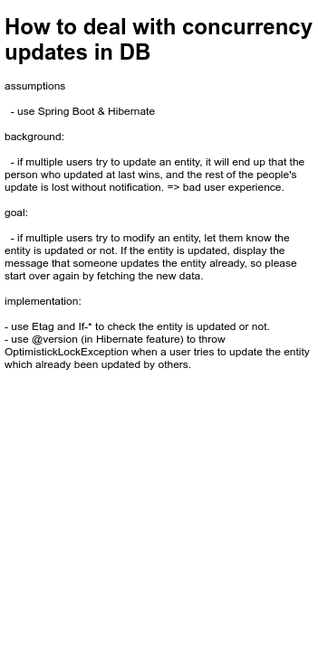
stsiwo/e-commerce-starter-kits keeps this draw.io diagram as optimistic-locking-with-rest-api.png. Above is the earlier version. Source tidied: cells renumbered, new cells last; positions are measured from the earlier drawing's top-left corner, leaving out a move shared by most shapes. The source it was exported from:
```xml
<mxGraphModel>
  <root>
    <mxCell id="0" />
    <mxCell id="1" parent="0" />
    <mxCell id="2" value="&lt;h1&gt;How to deal with concurrency updates in DB&lt;/h1&gt;&lt;div&gt;assumptions&lt;/div&gt;&lt;div&gt;&lt;br&gt;&lt;/div&gt;&lt;div&gt;&amp;nbsp; - use Spring Boot &amp;amp; Hibernate&amp;nbsp;&lt;/div&gt;&lt;div&gt;&lt;br&gt;&lt;/div&gt;&lt;div&gt;background:&lt;/div&gt;&lt;div&gt;&lt;br&gt;&lt;/div&gt;&lt;div&gt;&amp;nbsp; - if multiple users try to update an entity, it will end up that the person who updated at last wins, and the rest of the people's update is lost without notification. =&amp;gt; bad user experience.&lt;/div&gt;&lt;div&gt;&lt;br&gt;&lt;/div&gt;&lt;div&gt;goal:&lt;/div&gt;&lt;div&gt;&lt;br&gt;&lt;/div&gt;&lt;div&gt;&amp;nbsp; - if multiple users try to modify an entity, let them know the entity is updated or not. If the entity is updated, display the message that someone updates the entity already, so please start over again by fetching the new data.&lt;/div&gt;&lt;div&gt;&lt;br&gt;&lt;/div&gt;&lt;div&gt;implementation:&amp;nbsp;&lt;/div&gt;&lt;div&gt;&lt;br&gt;&lt;/div&gt;&lt;div&gt;- use Etag and If-* to check the entity is updated or not.&lt;/div&gt;&lt;div&gt;- use @version (in Hibernate feature) to throw OptimistickLockException when a user tries to update the entity which already been updated by others.&lt;/div&gt;&lt;div&gt;&lt;br&gt;&lt;/div&gt;" style="text;html=1;strokeColor=none;fillColor=none;spacing=5;spacingTop=-20;whiteSpace=wrap;overflow=hidden;rounded=0;" parent="1" vertex="1">
      <mxGeometry width="350" height="720" as="geometry" />
    </mxCell>
  </root>
</mxGraphModel>
```
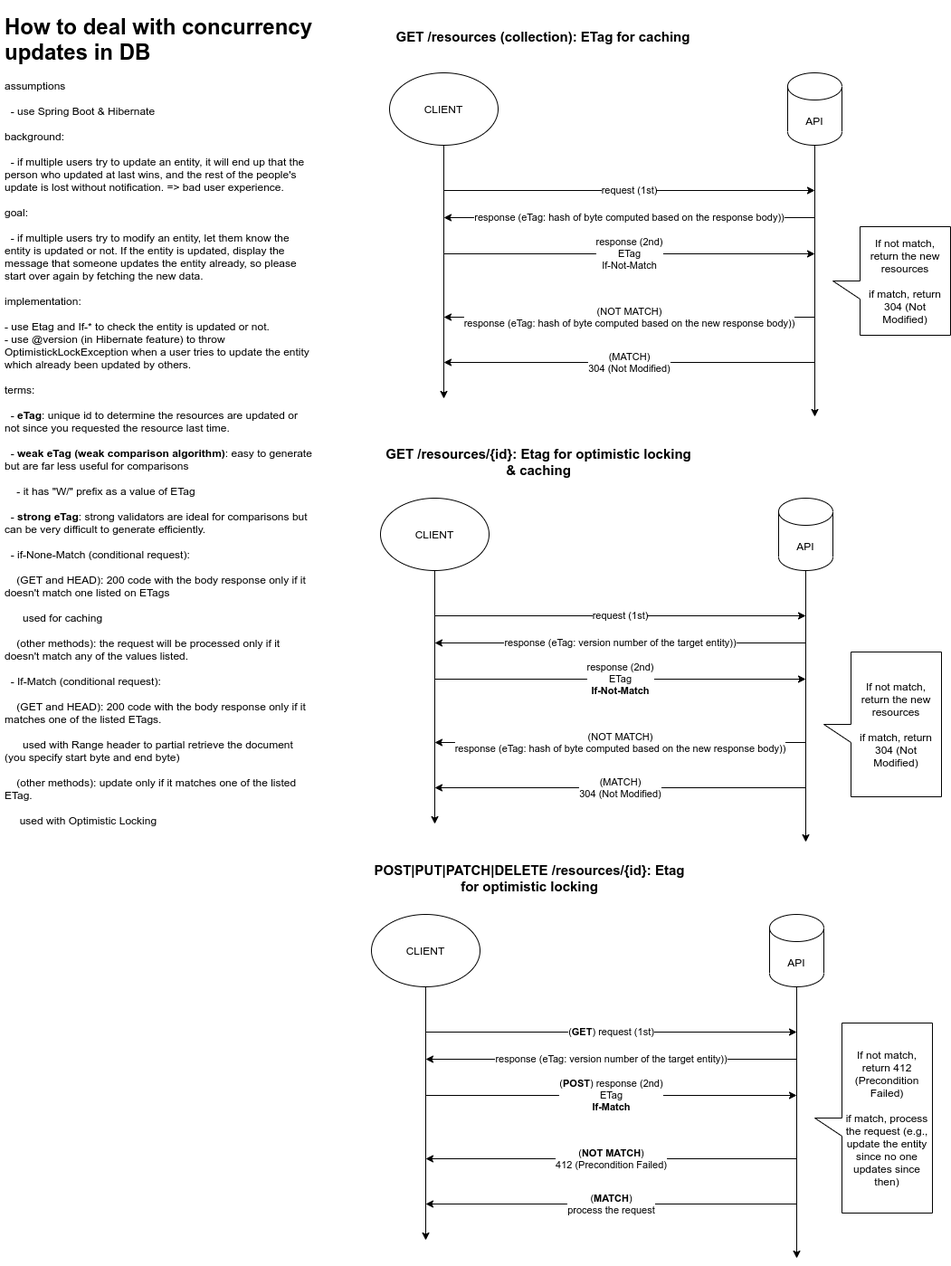
The same file after the commit.

The edit, as a diff of the source:
```diff
@@ -2,8 +2,164 @@
   <root>
     <mxCell id="0" />
     <mxCell id="1" parent="0" />
-    <mxCell id="2" value="&lt;h1&gt;How to deal with concurrency updates in DB&lt;/h1&gt;&lt;div&gt;assumptions&lt;/div&gt;&lt;div&gt;&lt;br&gt;&lt;/div&gt;&lt;div&gt;&amp;nbsp; - use Spring Boot &amp;amp; Hibernate&amp;nbsp;&lt;/div&gt;&lt;div&gt;&lt;br&gt;&lt;/div&gt;&lt;div&gt;background:&lt;/div&gt;&lt;div&gt;&lt;br&gt;&lt;/div&gt;&lt;div&gt;&amp;nbsp; - if multiple users try to update an entity, it will end up that the person who updated at last wins, and the rest of the people's update is lost without notification. =&amp;gt; bad user experience.&lt;/div&gt;&lt;div&gt;&lt;br&gt;&lt;/div&gt;&lt;div&gt;goal:&lt;/div&gt;&lt;div&gt;&lt;br&gt;&lt;/div&gt;&lt;div&gt;&amp;nbsp; - if multiple users try to modify an entity, let them know the entity is updated or not. If the entity is updated, display the message that someone updates the entity already, so please start over again by fetching the new data.&lt;/div&gt;&lt;div&gt;&lt;br&gt;&lt;/div&gt;&lt;div&gt;implementation:&amp;nbsp;&lt;/div&gt;&lt;div&gt;&lt;br&gt;&lt;/div&gt;&lt;div&gt;- use Etag and If-* to check the entity is updated or not.&lt;/div&gt;&lt;div&gt;- use @version (in Hibernate feature) to throw OptimistickLockException when a user tries to update the entity which already been updated by others.&lt;/div&gt;&lt;div&gt;&lt;br&gt;&lt;/div&gt;" style="text;html=1;strokeColor=none;fillColor=none;spacing=5;spacingTop=-20;whiteSpace=wrap;overflow=hidden;rounded=0;" parent="1" vertex="1">
-      <mxGeometry width="350" height="720" as="geometry" />
+    <mxCell id="2" value="&lt;h1&gt;How to deal with concurrency updates in DB&lt;/h1&gt;&lt;div&gt;assumptions&lt;/div&gt;&lt;div&gt;&lt;br&gt;&lt;/div&gt;&lt;div&gt;&amp;nbsp; - use Spring Boot &amp;amp; Hibernate&amp;nbsp;&lt;/div&gt;&lt;div&gt;&lt;br&gt;&lt;/div&gt;&lt;div&gt;background:&lt;/div&gt;&lt;div&gt;&lt;br&gt;&lt;/div&gt;&lt;div&gt;&amp;nbsp; - if multiple users try to update an entity, it will end up that the person who updated at last wins, and the rest of the people's update is lost without notification. =&amp;gt; bad user experience.&lt;/div&gt;&lt;div&gt;&lt;br&gt;&lt;/div&gt;&lt;div&gt;goal:&lt;/div&gt;&lt;div&gt;&lt;br&gt;&lt;/div&gt;&lt;div&gt;&amp;nbsp; - if multiple users try to modify an entity, let them know the entity is updated or not. If the entity is updated, display the message that someone updates the entity already, so please start over again by fetching the new data.&lt;/div&gt;&lt;div&gt;&lt;br&gt;&lt;/div&gt;&lt;div&gt;implementation:&amp;nbsp;&lt;/div&gt;&lt;div&gt;&lt;br&gt;&lt;/div&gt;&lt;div&gt;- use Etag and If-* to check the entity is updated or not.&lt;/div&gt;&lt;div&gt;- use @version (in Hibernate feature) to throw OptimistickLockException when a user tries to update the entity which already been updated by others.&lt;/div&gt;&lt;div&gt;&lt;br&gt;&lt;/div&gt;&lt;div&gt;terms:&lt;/div&gt;&lt;div&gt;&lt;br&gt;&lt;/div&gt;&lt;div&gt;&amp;nbsp; - &lt;b&gt;eTag&lt;/b&gt;: unique id to determine the resources are updated or not since you requested the resource last time.&lt;/div&gt;&lt;div&gt;&lt;br&gt;&lt;/div&gt;&lt;div&gt;&amp;nbsp; - &lt;b&gt;weak eTag (weak comparison algorithm)&lt;/b&gt;: easy to generate but are far less useful for comparisons&lt;/div&gt;&lt;div&gt;&lt;br&gt;&lt;/div&gt;&lt;div&gt;&amp;nbsp; &amp;nbsp; - it has &quot;W/&quot; prefix as a value of ETag&lt;/div&gt;&lt;div&gt;&lt;br&gt;&lt;/div&gt;&lt;div&gt;&amp;nbsp; - &lt;b&gt;strong eTag&lt;/b&gt;: strong validators are ideal for comparisons but can be very difficult to generate efficiently.&amp;nbsp;&lt;/div&gt;&lt;div&gt;&lt;br&gt;&lt;/div&gt;&lt;div&gt;&amp;nbsp; - if-None-Match (conditional request):&amp;nbsp;&lt;/div&gt;&lt;div&gt;&lt;br&gt;&lt;/div&gt;&lt;div&gt;&amp;nbsp; &amp;nbsp; (GET and HEAD): 200 code with the body response only if it doesn't match one listed on ETags&lt;/div&gt;&lt;div&gt;&lt;br&gt;&lt;/div&gt;&lt;div&gt;&amp;nbsp; &amp;nbsp; &amp;nbsp; used for caching&lt;/div&gt;&lt;div&gt;&lt;br&gt;&lt;/div&gt;&lt;div&gt;&amp;nbsp; &amp;nbsp; (other methods): the request will be processed only if it doesn't match any of the values listed.&lt;/div&gt;&lt;div&gt;&lt;br&gt;&lt;/div&gt;&lt;div&gt;&amp;nbsp; - If-Match (conditional request):&lt;/div&gt;&lt;div&gt;&lt;br&gt;&lt;/div&gt;&lt;div&gt;&amp;nbsp; &amp;nbsp; (GET and HEAD): 200 code with the body response only if it matches one of the listed ETags.&lt;/div&gt;&lt;div&gt;&amp;nbsp;&lt;/div&gt;&lt;div&gt;&amp;nbsp; &amp;nbsp; &amp;nbsp; used with Range header to partial retrieve the document (you specify start byte and end byte)&lt;/div&gt;&lt;div&gt;&lt;br&gt;&lt;/div&gt;&lt;div&gt;&amp;nbsp; &amp;nbsp; (other methods): update only if it matches one of the listed ETag.&lt;/div&gt;&lt;div&gt;&lt;br&gt;&lt;/div&gt;&lt;div&gt;&amp;nbsp; &amp;nbsp; &amp;nbsp;used with Optimistic Locking&lt;/div&gt;" style="text;html=1;strokeColor=none;fillColor=none;spacing=5;spacingTop=-20;whiteSpace=wrap;overflow=hidden;rounded=0;" parent="1" vertex="1">
+      <mxGeometry width="350" height="1010" as="geometry" />
     </mxCell>
+    <mxCell id="3" style="edgeStyle=none;rounded=0;jettySize=auto;html=1;" parent="1" edge="1" source="4">
+      <mxGeometry relative="1" as="geometry">
+        <mxPoint x="490" y="430" as="targetPoint" />
+      </mxGeometry>
+    </mxCell>
+    <mxCell id="4" value="CLIENT" style="ellipse;whiteSpace=wrap;html=1;" parent="1" vertex="1">
+      <mxGeometry x="430" y="70" width="120" height="80" as="geometry" />
+    </mxCell>
+    <mxCell id="5" style="edgeStyle=none;rounded=0;jettySize=auto;html=1;" parent="1" edge="1" source="6">
+      <mxGeometry relative="1" as="geometry">
+        <mxPoint x="900" y="450" as="targetPoint" />
+      </mxGeometry>
+    </mxCell>
+    <mxCell id="6" value="API" style="shape=cylinder3;whiteSpace=wrap;html=1;boundedLbl=1;backgroundOutline=1;size=15;" parent="1" vertex="1">
+      <mxGeometry x="870" y="70" width="60" height="80" as="geometry" />
+    </mxCell>
+    <mxCell id="7" value="&lt;b&gt;&lt;font style=&quot;font-size: 15px&quot;&gt;GET /resources (collection): ETag for caching&lt;/font&gt;&lt;/b&gt;" style="text;html=1;strokeColor=none;fillColor=none;align=center;verticalAlign=middle;whiteSpace=wrap;rounded=0;strokeWidth=1;" parent="1" vertex="1">
+      <mxGeometry x="430" y="20" width="340" height="20" as="geometry" />
+    </mxCell>
+    <mxCell id="8" value="request (1st)" style="endArrow=classic;html=1;" parent="1" edge="1">
+      <mxGeometry relative="1" as="geometry">
+        <mxPoint x="490" y="200" as="sourcePoint" />
+        <mxPoint x="900" y="200" as="targetPoint" />
+      </mxGeometry>
+    </mxCell>
+    <mxCell id="9" value="response (eTag: hash of byte computed based on the response body))" style="endArrow=classic;html=1;" parent="1" edge="1">
+      <mxGeometry relative="1" as="geometry">
+        <mxPoint x="900" y="230" as="sourcePoint" />
+        <mxPoint x="490" y="230" as="targetPoint" />
+      </mxGeometry>
+    </mxCell>
+    <mxCell id="10" value="response (2nd)&lt;br&gt;ETag&lt;br&gt;If-Not-Match" style="endArrow=classic;html=1;" parent="1" edge="1">
+      <mxGeometry relative="1" as="geometry">
+        <mxPoint x="490" y="270" as="sourcePoint" />
+        <mxPoint x="900" y="270" as="targetPoint" />
+      </mxGeometry>
+    </mxCell>
+    <mxCell id="11" value="If not match, return the new resources&lt;br&gt;&lt;br&gt;if match, return 304 (Not Modified)" style="shape=callout;whiteSpace=wrap;html=1;perimeter=calloutPerimeter;strokeWidth=1;direction=south;" parent="1" vertex="1">
+      <mxGeometry x="920" y="240" width="130" height="120" as="geometry" />
+    </mxCell>
+    <mxCell id="12" value="(NOT MATCH)&lt;br&gt;response (eTag: hash of byte computed based on the new response body))" style="endArrow=classic;html=1;" parent="1" edge="1">
+      <mxGeometry relative="1" as="geometry">
+        <mxPoint x="900" y="340" as="sourcePoint" />
+        <mxPoint x="490" y="340" as="targetPoint" />
+      </mxGeometry>
+    </mxCell>
+    <mxCell id="13" value="(MATCH)&lt;br&gt;304 (Not Modified)" style="endArrow=classic;html=1;" parent="1" edge="1">
+      <mxGeometry relative="1" as="geometry">
+        <mxPoint x="900" y="390" as="sourcePoint" />
+        <mxPoint x="490" y="390" as="targetPoint" />
+      </mxGeometry>
+    </mxCell>
+    <mxCell id="14" style="edgeStyle=none;rounded=0;jettySize=auto;html=1;" parent="1" edge="1" source="15">
+      <mxGeometry relative="1" as="geometry">
+        <mxPoint x="480" y="900" as="targetPoint" />
+      </mxGeometry>
+    </mxCell>
+    <mxCell id="15" value="CLIENT" style="ellipse;whiteSpace=wrap;html=1;" parent="1" vertex="1">
+      <mxGeometry x="420" y="540" width="120" height="80" as="geometry" />
+    </mxCell>
+    <mxCell id="16" style="edgeStyle=none;rounded=0;jettySize=auto;html=1;" parent="1" edge="1" source="17">
+      <mxGeometry relative="1" as="geometry">
+        <mxPoint x="890" y="920" as="targetPoint" />
+      </mxGeometry>
+    </mxCell>
+    <mxCell id="17" value="API" style="shape=cylinder3;whiteSpace=wrap;html=1;boundedLbl=1;backgroundOutline=1;size=15;" parent="1" vertex="1">
+      <mxGeometry x="860" y="540" width="60" height="80" as="geometry" />
+    </mxCell>
+    <mxCell id="18" value="&lt;b&gt;&lt;font style=&quot;font-size: 15px&quot;&gt;GET /resources/{id}: Etag for optimistic locking &amp;amp; caching&lt;/font&gt;&lt;/b&gt;" style="text;html=1;strokeColor=none;fillColor=none;align=center;verticalAlign=middle;whiteSpace=wrap;rounded=0;strokeWidth=1;" parent="1" vertex="1">
+      <mxGeometry x="420" y="490" width="350" height="20" as="geometry" />
+    </mxCell>
+    <mxCell id="19" value="request (1st)" style="endArrow=classic;html=1;" parent="1" edge="1">
+      <mxGeometry relative="1" as="geometry">
+        <mxPoint x="480" y="670" as="sourcePoint" />
+        <mxPoint x="890" y="670" as="targetPoint" />
+      </mxGeometry>
+    </mxCell>
+    <mxCell id="20" value="response (eTag: version number of the target entity))" style="endArrow=classic;html=1;" parent="1" edge="1">
+      <mxGeometry relative="1" as="geometry">
+        <mxPoint x="890" y="700" as="sourcePoint" />
+        <mxPoint x="480" y="700" as="targetPoint" />
+      </mxGeometry>
+    </mxCell>
+    <mxCell id="21" value="response (2nd)&lt;br&gt;ETag&lt;br&gt;&lt;b&gt;If-Not-Match&lt;/b&gt;" style="endArrow=classic;html=1;" parent="1" edge="1">
+      <mxGeometry relative="1" as="geometry">
+        <mxPoint x="480" y="740" as="sourcePoint" />
+        <mxPoint x="890" y="740" as="targetPoint" />
+      </mxGeometry>
+    </mxCell>
+    <mxCell id="22" value="If not match, return the new resources&lt;br&gt;&lt;br&gt;if match, return 304 (Not Modified)" style="shape=callout;whiteSpace=wrap;html=1;perimeter=calloutPerimeter;strokeWidth=1;direction=south;" parent="1" vertex="1">
+      <mxGeometry x="910" y="710" width="130" height="160" as="geometry" />
+    </mxCell>
+    <mxCell id="23" value="(NOT MATCH)&lt;br&gt;response (eTag: hash of byte computed based on the new response body))" style="endArrow=classic;html=1;" parent="1" edge="1">
+      <mxGeometry relative="1" as="geometry">
+        <mxPoint x="890" y="810" as="sourcePoint" />
+        <mxPoint x="480" y="810" as="targetPoint" />
+      </mxGeometry>
+    </mxCell>
+    <mxCell id="24" value="(MATCH)&lt;br&gt;304 (Not Modified)" style="endArrow=classic;html=1;" parent="1" edge="1">
+      <mxGeometry relative="1" as="geometry">
+        <mxPoint x="890" y="860" as="sourcePoint" />
+        <mxPoint x="480" y="860" as="targetPoint" />
+      </mxGeometry>
+    </mxCell>
+    <mxCell id="25" style="edgeStyle=none;rounded=0;jettySize=auto;html=1;" parent="1" edge="1" source="26">
+      <mxGeometry relative="1" as="geometry">
+        <mxPoint x="470" y="1360" as="targetPoint" />
+      </mxGeometry>
+    </mxCell>
+    <mxCell id="26" value="CLIENT" style="ellipse;whiteSpace=wrap;html=1;" parent="1" vertex="1">
+      <mxGeometry x="410" y="1000" width="120" height="80" as="geometry" />
+    </mxCell>
+    <mxCell id="27" style="edgeStyle=none;rounded=0;jettySize=auto;html=1;" parent="1" edge="1" source="28">
+      <mxGeometry relative="1" as="geometry">
+        <mxPoint x="880" y="1380" as="targetPoint" />
+      </mxGeometry>
+    </mxCell>
+    <mxCell id="28" value="API" style="shape=cylinder3;whiteSpace=wrap;html=1;boundedLbl=1;backgroundOutline=1;size=15;" parent="1" vertex="1">
+      <mxGeometry x="850" y="1000" width="60" height="80" as="geometry" />
+    </mxCell>
+    <mxCell id="29" value="&lt;b&gt;&lt;font style=&quot;font-size: 15px&quot;&gt;POST|PUT|PATCH|DELETE /resources/{id}: Etag for optimistic locking&lt;/font&gt;&lt;/b&gt;" style="text;html=1;strokeColor=none;fillColor=none;align=center;verticalAlign=middle;whiteSpace=wrap;rounded=0;strokeWidth=1;" parent="1" vertex="1">
+      <mxGeometry x="410" y="950" width="350" height="20" as="geometry" />
+    </mxCell>
+    <mxCell id="30" value="(&lt;b&gt;GET&lt;/b&gt;) request (1st)" style="endArrow=classic;html=1;" parent="1" edge="1">
+      <mxGeometry relative="1" as="geometry">
+        <mxPoint x="470" y="1130" as="sourcePoint" />
+        <mxPoint x="880" y="1130" as="targetPoint" />
+      </mxGeometry>
+    </mxCell>
+    <mxCell id="31" value="response (eTag: version number of the target entity))" style="endArrow=classic;html=1;" parent="1" edge="1">
+      <mxGeometry relative="1" as="geometry">
+        <mxPoint x="880" y="1160" as="sourcePoint" />
+        <mxPoint x="470" y="1160" as="targetPoint" />
+      </mxGeometry>
+    </mxCell>
+    <mxCell id="32" value="(&lt;b&gt;POST&lt;/b&gt;) response (2nd)&lt;br&gt;ETag&lt;br&gt;&lt;b&gt;If-Match&lt;/b&gt;" style="endArrow=classic;html=1;" parent="1" edge="1">
+      <mxGeometry relative="1" as="geometry">
+        <mxPoint x="470" y="1200" as="sourcePoint" />
+        <mxPoint x="880" y="1200" as="targetPoint" />
+      </mxGeometry>
+    </mxCell>
+    <mxCell id="33" value="If not match, return 412 (Precondition Failed)&lt;br&gt;&lt;br&gt;if match, process the request (e.g., update the entity since no one updates since then)" style="shape=callout;whiteSpace=wrap;html=1;perimeter=calloutPerimeter;strokeWidth=1;direction=south;" parent="1" vertex="1">
+      <mxGeometry x="900" y="1120" width="130" height="210" as="geometry" />
+    </mxCell>
+    <mxCell id="34" value="(&lt;b&gt;NOT MATCH&lt;/b&gt;)&lt;br&gt;412 (Precondition Failed)" style="endArrow=classic;html=1;" parent="1" edge="1">
+      <mxGeometry relative="1" as="geometry">
+        <mxPoint x="880" y="1270" as="sourcePoint" />
+        <mxPoint x="470" y="1270" as="targetPoint" />
+      </mxGeometry>
+    </mxCell>
+    <mxCell id="35" value="(&lt;b&gt;MATCH&lt;/b&gt;)&lt;br&gt;process the request" style="endArrow=classic;html=1;" parent="1" edge="1">
+      <mxGeometry relative="1" as="geometry">
+        <mxPoint x="880" y="1320" as="sourcePoint" />
+        <mxPoint x="470" y="1320" as="targetPoint" />
+      </mxGeometry>
+    </mxCell>
   </root>
 </mxGraphModel>
```
